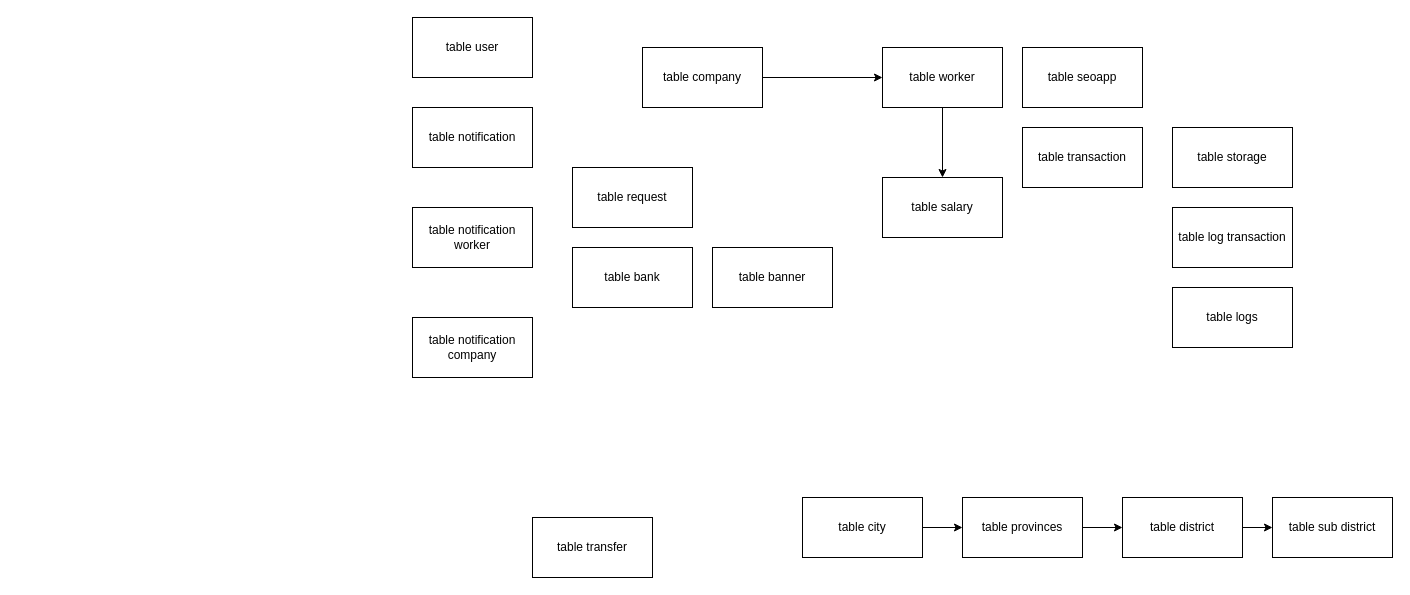
Earlier version of the draw.io diagram page "Page-3" (3 of 3) of Transaksi Aplikasi Diagram.drawio (taufik22/LARAVEL-AIRPUTIH). Source tidied: cells renumbered, new cells numbered last; positions are measured from the earlier drawing's top-left corner, leaving out a move shared by most shapes. Both pictures are drawn from the tidied source at 100%, with x=0, y=0 at pixel (412, 17).
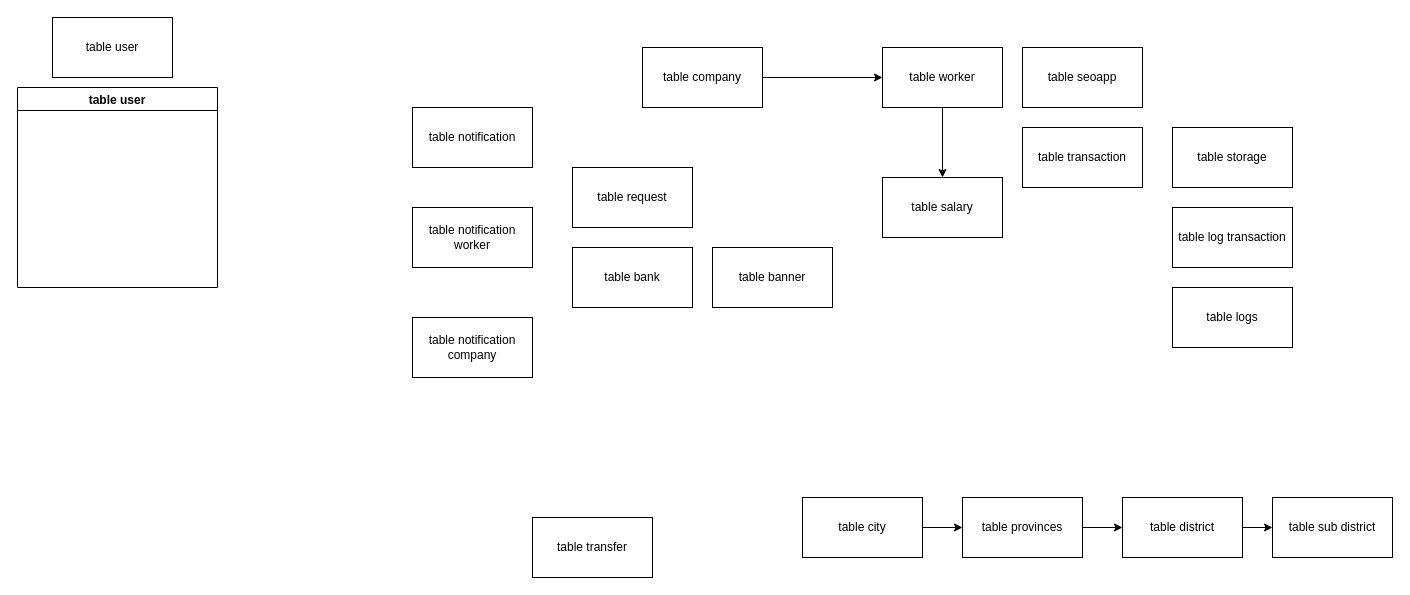
The same page after the edit.

What changed in the source:
```diff
@@
     <mxCell id="4" value="table user" style="rounded=0;whiteSpace=wrap;html=1;" parent="1" vertex="1">
-      <mxGeometry width="120" height="60" as="geometry" />
+      <mxGeometry x="-360" width="120" height="60" as="geometry" />
     </mxCell>
@@
+    <mxCell id="27" value="table user" style="swimlane;startSize=23;" parent="1" vertex="1">
+      <mxGeometry x="-395" y="70" width="200" height="200" as="geometry" />
+    </mxCell>
```
